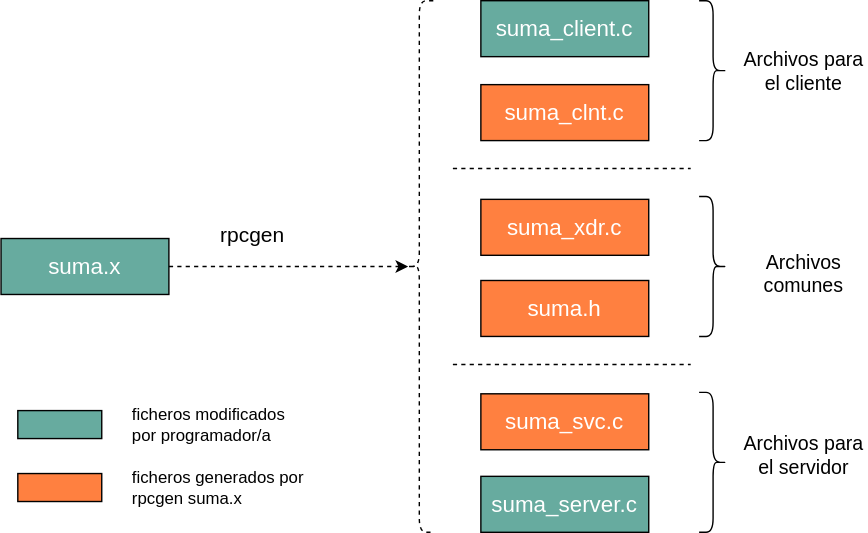
The draw.io diagram transparencias/ssdd_rpc/ssdd_rpc_drawio_81.svg in acaldero/uc3m_sd, before a commit. Source tidied: cells renumbered, new cells last; positions are measured from the earlier drawing's top-left corner, leaving out a move shared by most shapes.
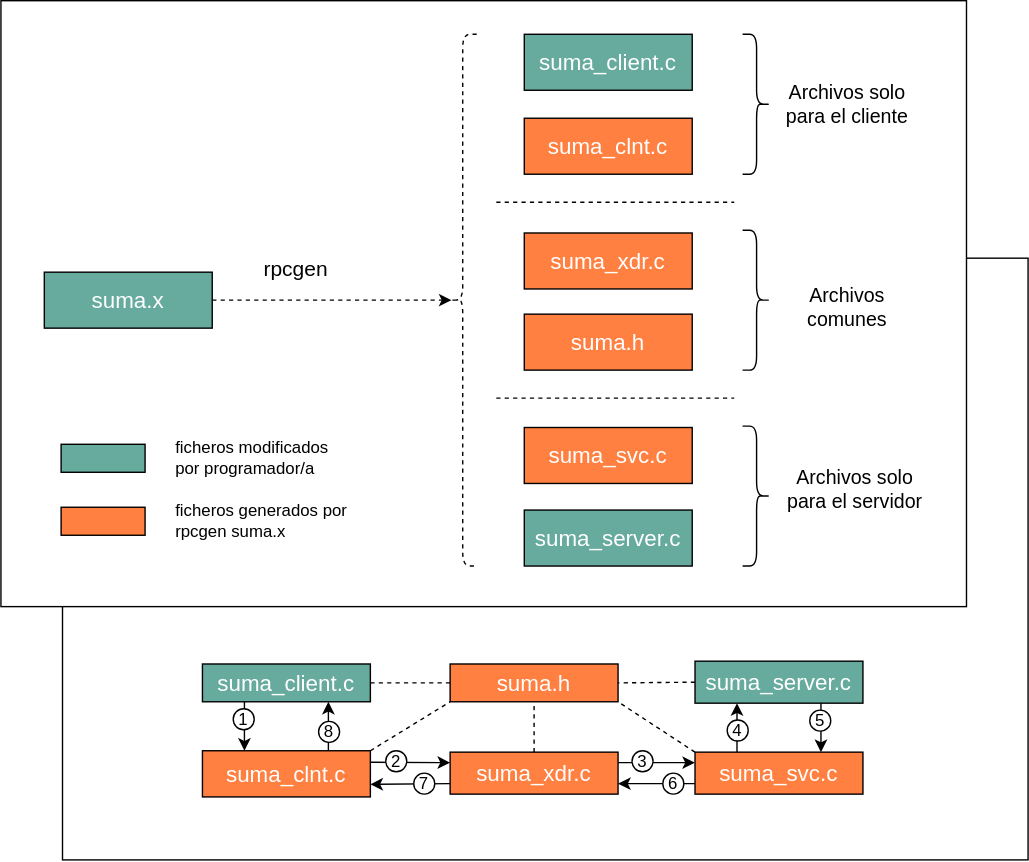
After the commit.

Diff of the diagram source:
```diff
@@ -2,6 +2,12 @@
   <root>
     <mxCell id="0" />
     <mxCell id="1" parent="0" />
+    <mxCell id="24" style="rounded=0;whiteSpace=wrap;html=1;" parent="1" vertex="1">
+      <mxGeometry x="13" y="160" width="690" height="430" as="geometry" />
+    </mxCell>
+    <mxCell id="25" style="rounded=0;whiteSpace=wrap;html=1;" parent="1" vertex="1">
+      <mxGeometry x="-31" y="-24" width="690" height="433" as="geometry" />
+    </mxCell>
     <mxCell id="2" value="suma.x" style="rounded=0;whiteSpace=wrap;html=1;fontSize=16;fillColor=#67AB9F;fontColor=#FFFFFF;" parent="1" vertex="1">
       <mxGeometry y="170" width="120" height="40" as="geometry" />
     </mxCell>
@@ -23,11 +29,11 @@
     <mxCell id="8" value="suma_server.c" style="rounded=0;whiteSpace=wrap;html=1;fontSize=16;fillColor=#67AB9F;fontColor=#FFFFFF;" parent="1" vertex="1">
       <mxGeometry x="343" y="340" width="120" height="40" as="geometry" />
     </mxCell>
-    <mxCell id="9" value="Archivos para el cliente" style="text;html=1;align=center;verticalAlign=middle;whiteSpace=wrap;rounded=0;fontSize=14;" parent="1" vertex="1">
+    <mxCell id="9" value="Archivos solo para el cliente" style="text;html=1;align=center;verticalAlign=middle;whiteSpace=wrap;rounded=0;fontSize=14;" parent="1" vertex="1">
       <mxGeometry x="529" y="35" width="90" height="30" as="geometry" />
     </mxCell>
-    <mxCell id="10" value="Archivos para el servidor" style="text;html=1;align=center;verticalAlign=middle;whiteSpace=wrap;rounded=0;fontSize=14;" parent="1" vertex="1">
-      <mxGeometry x="529" y="310" width="90" height="30" as="geometry" />
+    <mxCell id="10" value="Archivos solo para el servidor" style="text;html=1;align=center;verticalAlign=middle;whiteSpace=wrap;rounded=0;fontSize=14;" parent="1" vertex="1">
+      <mxGeometry x="529" y="310" width="101" height="30" as="geometry" />
     </mxCell>
     <mxCell id="11" value="Archivos comunes" style="text;html=1;align=center;verticalAlign=middle;whiteSpace=wrap;rounded=0;fontSize=14;" parent="1" vertex="1">
       <mxGeometry x="529" y="180" width="90" height="30" as="geometry" />
@@ -74,5 +80,88 @@
     <mxCell id="23" value="ficheros modificados por programador/a" style="text;html=1;align=left;verticalAlign=middle;whiteSpace=wrap;rounded=0;" parent="1" vertex="1">
       <mxGeometry x="92" y="288" width="130" height="30" as="geometry" />
     </mxCell>
+    <mxCell id="26" value="&lt;div&gt;suma_svc.c&lt;/div&gt;" style="rounded=0;whiteSpace=wrap;html=1;fontSize=16;fillColor=#ff8040;fontColor=#FFFFFF;" parent="1" vertex="1">
+      <mxGeometry x="465" y="513" width="120" height="30" as="geometry" />
+    </mxCell>
+    <mxCell id="27" value="suma_server.c" style="rounded=0;whiteSpace=wrap;html=1;fontSize=16;fillColor=#67AB9F;fontColor=#FFFFFF;" parent="1" vertex="1">
+      <mxGeometry x="465" y="448" width="120" height="30" as="geometry" />
+    </mxCell>
+    <mxCell id="28" value="suma_client.c" style="rounded=0;whiteSpace=wrap;html=1;fontSize=16;fillColor=#67AB9F;fontColor=#FFFFFF;" parent="1" vertex="1">
+      <mxGeometry x="113" y="450" width="120" height="27" as="geometry" />
+    </mxCell>
+    <mxCell id="29" value="&lt;div&gt;suma_clnt.c&lt;/div&gt;" style="rounded=0;whiteSpace=wrap;html=1;fontSize=16;fillColor=#ff8040;fontColor=#FFFFFF;" parent="1" vertex="1">
+      <mxGeometry x="113" y="512" width="120" height="33" as="geometry" />
+    </mxCell>
+    <mxCell id="30" value="&lt;div&gt;suma_xdr.c&lt;/div&gt;" style="rounded=0;whiteSpace=wrap;html=1;fontSize=16;fillColor=#ff8040;fontColor=#FFFFFF;verticalAlign=middle;" parent="1" vertex="1">
+      <mxGeometry x="290" y="513" width="120" height="30" as="geometry" />
+    </mxCell>
+    <mxCell id="31" value="&lt;div&gt;suma.h&lt;/div&gt;" style="rounded=0;whiteSpace=wrap;html=1;fontSize=16;fillColor=#ff8040;fontColor=#FFFFFF;" parent="1" vertex="1">
+      <mxGeometry x="290" y="450" width="120" height="27" as="geometry" />
+    </mxCell>
+    <mxCell id="32" style="endArrow=none;dashed=1;html=1;rounded=0;exitX=1;exitY=0;exitDx=0;exitDy=0;entryX=0;entryY=1;entryDx=0;entryDy=0;" parent="1" edge="1" source="29" target="31">
+      <mxGeometry relative="1" as="geometry" />
+    </mxCell>
+    <mxCell id="33" style="endArrow=none;dashed=1;html=1;rounded=0;exitX=0;exitY=0;exitDx=0;exitDy=0;entryX=1;entryY=1;entryDx=0;entryDy=0;" parent="1" edge="1" source="26" target="31">
+      <mxGeometry relative="1" as="geometry" />
+    </mxCell>
+    <mxCell id="34" style="endArrow=none;dashed=1;html=1;rounded=0;exitX=0;exitY=0.5;exitDx=0;exitDy=0;entryX=1;entryY=0.5;entryDx=0;entryDy=0;" parent="1" edge="1" source="27" target="31">
+      <mxGeometry relative="1" as="geometry" />
+    </mxCell>
+    <mxCell id="35" style="endArrow=none;dashed=1;html=1;rounded=0;exitX=1;exitY=0.5;exitDx=0;exitDy=0;entryX=0;entryY=0.5;entryDx=0;entryDy=0;" parent="1" edge="1" source="28" target="31">
+      <mxGeometry relative="1" as="geometry" />
+    </mxCell>
+    <mxCell id="36" style="endArrow=none;dashed=1;html=1;rounded=0;exitX=0.5;exitY=0;exitDx=0;exitDy=0;entryX=0.5;entryY=1;entryDx=0;entryDy=0;" parent="1" edge="1" source="30" target="31">
+      <mxGeometry relative="1" as="geometry" />
+    </mxCell>
+    <mxCell id="37" style="endArrow=classic;html=1;rounded=0;exitX=0.25;exitY=1;exitDx=0;exitDy=0;entryX=0.25;entryY=0;entryDx=0;entryDy=0;" parent="1" edge="1" source="28" target="29">
+      <mxGeometry relative="1" as="geometry" />
+    </mxCell>
+    <mxCell id="38" style="endArrow=classic;html=1;rounded=0;exitX=0.75;exitY=1;exitDx=0;exitDy=0;entryX=0.75;entryY=0;entryDx=0;entryDy=0;" parent="1" edge="1" source="27" target="26">
+      <mxGeometry relative="1" as="geometry" />
+    </mxCell>
+    <mxCell id="39" style="endArrow=classic;html=1;rounded=0;exitX=0.25;exitY=0;exitDx=0;exitDy=0;entryX=0.25;entryY=1;entryDx=0;entryDy=0;" parent="1" edge="1" source="26" target="27">
+      <mxGeometry relative="1" as="geometry" />
+    </mxCell>
+    <mxCell id="40" style="endArrow=classic;html=1;rounded=0;exitX=0.75;exitY=0;exitDx=0;exitDy=0;entryX=0.75;entryY=1;entryDx=0;entryDy=0;" parent="1" edge="1" source="29" target="28">
+      <mxGeometry relative="1" as="geometry" />
+    </mxCell>
+    <mxCell id="41" value="1" style="ellipse;whiteSpace=wrap;html=1;" parent="1" vertex="1">
+      <mxGeometry x="135" y="482" width="15" height="15" as="geometry" />
+    </mxCell>
+    <mxCell id="42" value="4" style="ellipse;whiteSpace=wrap;html=1;" parent="1" vertex="1">
+      <mxGeometry x="488" y="490" width="15" height="15" as="geometry" />
+    </mxCell>
+    <mxCell id="43" value="5" style="ellipse;whiteSpace=wrap;html=1;" parent="1" vertex="1">
+      <mxGeometry x="547" y="483" width="15" height="15" as="geometry" />
+    </mxCell>
+    <mxCell id="44" value="8" style="ellipse;whiteSpace=wrap;html=1;" parent="1" vertex="1">
+      <mxGeometry x="196" y="491" width="15" height="15" as="geometry" />
+    </mxCell>
+    <mxCell id="45" style="endArrow=classic;html=1;rounded=0;exitX=1;exitY=0.25;exitDx=0;exitDy=0;entryX=0;entryY=0.25;entryDx=0;entryDy=0;" parent="1" edge="1" source="29" target="30">
+      <mxGeometry relative="1" as="geometry" />
+    </mxCell>
+    <mxCell id="46" style="endArrow=classic;html=1;rounded=0;entryX=0;entryY=0.25;entryDx=0;entryDy=0;exitX=1;exitY=0.25;exitDx=0;exitDy=0;" parent="1" edge="1" source="30" target="26">
+      <mxGeometry relative="1" as="geometry" />
+    </mxCell>
+    <mxCell id="47" value="2" style="ellipse;whiteSpace=wrap;html=1;fillColor=default;" parent="1" vertex="1">
+      <mxGeometry x="244" y="512" width="15" height="15" as="geometry" />
+    </mxCell>
+    <mxCell id="48" value="3" style="ellipse;whiteSpace=wrap;html=1;" parent="1" vertex="1">
+      <mxGeometry x="420" y="512" width="15" height="15" as="geometry" />
+    </mxCell>
+    <mxCell id="49" style="endArrow=classic;html=1;rounded=0;exitX=0;exitY=0.75;exitDx=0;exitDy=0;entryX=1;entryY=0.75;entryDx=0;entryDy=0;" parent="1" edge="1" source="26" target="30">
+      <mxGeometry relative="1" as="geometry" />
+    </mxCell>
+    <mxCell id="50" style="endArrow=classic;html=1;rounded=0;exitX=0;exitY=0.75;exitDx=0;exitDy=0;" parent="1" edge="1" source="30">
+      <mxGeometry relative="1" as="geometry">
+        <mxPoint x="233" y="536" as="targetPoint" />
+      </mxGeometry>
+    </mxCell>
+    <mxCell id="51" value="7" style="ellipse;whiteSpace=wrap;html=1;" parent="1" vertex="1">
+      <mxGeometry x="264" y="528" width="15" height="15" as="geometry" />
+    </mxCell>
+    <mxCell id="52" value="6" style="ellipse;whiteSpace=wrap;html=1;" parent="1" vertex="1">
+      <mxGeometry x="442" y="528" width="15" height="15" as="geometry" />
+    </mxCell>
   </root>
 </mxGraphModel>
```
